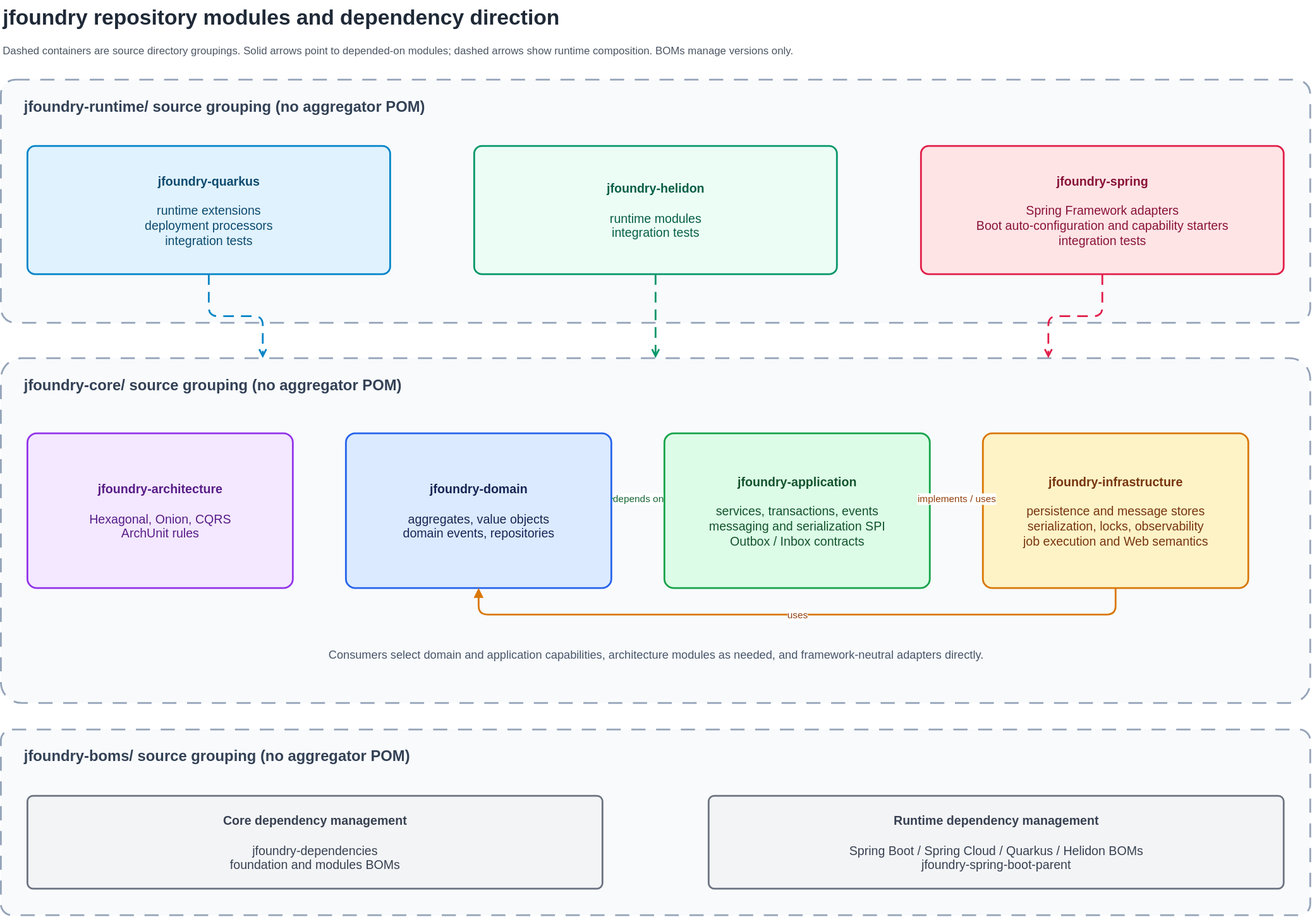
huahill/jfoundry keeps this draw.io diagram as docs/i18n/assets/jfoundry-module-architecture.svg. Above is the earlier version. Source tidied: cells renumbered, new cells last; positions are measured from the earlier drawing's top-left corner, leaving out a move shared by most shapes.
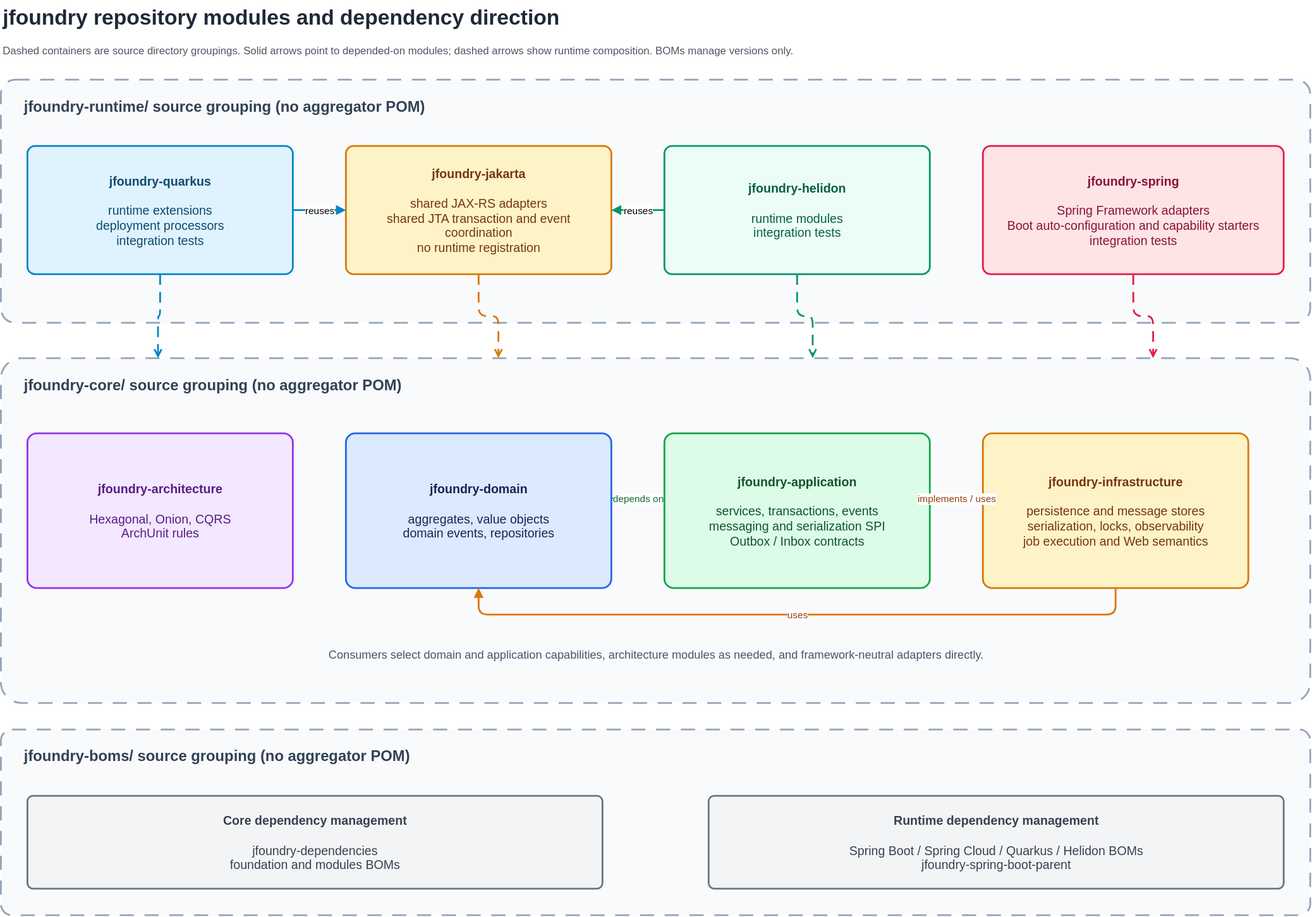
Later version of the same file.

The edit, as a diff of the source:
```diff
@@ -12,13 +12,16 @@
       <mxGeometry y="90" width="1480" height="275" as="geometry" />
     </mxCell>
     <mxCell id="5" value="&lt;b&gt;jfoundry-quarkus&lt;/b&gt;&lt;br&gt;&lt;br&gt;runtime extensions&lt;br&gt;deployment processors&lt;br&gt;integration tests" style="rounded=1;arcSize=6;whiteSpace=wrap;html=1;fillColor=#E0F2FE;strokeColor=#0284C7;strokeWidth=2;fontColor=#0C4A6E;fontSize=14;align=center;verticalAlign=middle;spacing=10;" parent="1" vertex="1">
-      <mxGeometry x="30" y="165" width="410" height="145" as="geometry" />
+      <mxGeometry x="30" y="165" width="300" height="145" as="geometry" />
     </mxCell>
+    <mxCell id="23" value="&lt;b&gt;jfoundry-jakarta&lt;/b&gt;&lt;br&gt;&lt;br&gt;shared JAX-RS adapters&lt;br&gt;shared JTA transaction and event coordination&lt;br&gt;no runtime registration" style="rounded=1;arcSize=6;whiteSpace=wrap;html=1;fillColor=#FEF3C7;strokeColor=#D97706;strokeWidth=2;fontColor=#78350F;fontSize=14;align=center;verticalAlign=middle;spacing=10;" parent="1" vertex="1">
+      <mxGeometry x="390" y="165" width="300" height="145" as="geometry" />
+    </mxCell>
     <mxCell id="6" value="&lt;b&gt;jfoundry-helidon&lt;/b&gt;&lt;br&gt;&lt;br&gt;runtime modules&lt;br&gt;integration tests" style="rounded=1;arcSize=6;whiteSpace=wrap;html=1;fillColor=#ECFDF5;strokeColor=#059669;strokeWidth=2;fontColor=#065F46;fontSize=14;align=center;verticalAlign=middle;spacing=10;" parent="1" vertex="1">
-      <mxGeometry x="535" y="165" width="410" height="145" as="geometry" />
+      <mxGeometry x="750" y="165" width="300" height="145" as="geometry" />
     </mxCell>
     <mxCell id="7" value="&lt;b&gt;jfoundry-spring&lt;/b&gt;&lt;br&gt;&lt;br&gt;Spring Framework adapters&lt;br&gt;Boot auto-configuration and capability starters&lt;br&gt;integration tests" style="rounded=1;arcSize=6;whiteSpace=wrap;html=1;fillColor=#FFE4E6;strokeColor=#E11D48;strokeWidth=2;fontColor=#881337;fontSize=14;align=center;verticalAlign=middle;spacing=10;" parent="1" vertex="1">
-      <mxGeometry x="1040" y="165" width="410" height="145" as="geometry" />
+      <mxGeometry x="1110" y="165" width="340" height="145" as="geometry" />
     </mxCell>
     <mxCell id="8" value="jfoundry-core/   source grouping (no aggregator POM)" style="rounded=1;arcSize=6;whiteSpace=wrap;html=1;dashed=1;dashPattern=8 6;strokeWidth=2;fillColor=#F8FAFC;strokeColor=#94A3B8;fontColor=#334155;fontSize=17;fontStyle=1;align=left;verticalAlign=top;spacingTop=14;spacingLeft=24;" parent="1" vertex="1">
       <mxGeometry y="405" width="1480" height="390" as="geometry" />
@@ -61,13 +64,22 @@
         </Array>
       </mxGeometry>
     </mxCell>
+    <mxCell id="24" value="reuses" style="edgeStyle=orthogonalEdgeStyle;rounded=1;jettySize=auto;html=1;strokeWidth=2;strokeColor=#0284C7;exitX=1;exitY=0.5;exitDx=0;exitDy=0;entryX=0;entryY=0.5;entryDx=0;entryDy=0;endArrow=block;endFill=1;" parent="1" edge="1" source="5" target="23">
+      <mxGeometry relative="1" as="geometry" />
+    </mxCell>
+    <mxCell id="25" value="reuses" style="edgeStyle=orthogonalEdgeStyle;rounded=1;jettySize=auto;html=1;strokeWidth=2;strokeColor=#059669;exitX=0;exitY=0.5;exitDx=0;exitDy=0;entryX=1;entryY=0.5;entryDx=0;entryDy=0;endArrow=block;endFill=1;" parent="1" edge="1" source="6" target="23">
+      <mxGeometry relative="1" as="geometry" />
+    </mxCell>
-    <mxCell id="20" style="edgeStyle=orthogonalEdgeStyle;rounded=1;jettySize=auto;html=1;dashed=1;dashPattern=6 4;strokeWidth=2;strokeColor=#0284C7;exitX=0.5;exitY=1;exitDx=0;exitDy=0;entryX=0.2;entryY=0;entryDx=0;entryDy=0;endArrow=open;endFill=0;" parent="1" edge="1" source="5" target="8">
+    <mxCell id="20" style="edgeStyle=orthogonalEdgeStyle;rounded=1;jettySize=auto;html=1;dashed=1;dashPattern=6 4;strokeWidth=2;strokeColor=#0284C7;exitX=0.5;exitY=1;exitDx=0;exitDy=0;entryX=0.12;entryY=0;entryDx=0;entryDy=0;endArrow=open;endFill=0;" parent="1" edge="1" source="5" target="8">
       <mxGeometry relative="1" as="geometry" />
     </mxCell>
+    <mxCell id="26" style="edgeStyle=orthogonalEdgeStyle;rounded=1;jettySize=auto;html=1;dashed=1;dashPattern=6 4;strokeWidth=2;strokeColor=#D97706;exitX=0.5;exitY=1;exitDx=0;exitDy=0;entryX=0.38;entryY=0;entryDx=0;entryDy=0;endArrow=open;endFill=0;" parent="1" edge="1" source="23" target="8">
+      <mxGeometry relative="1" as="geometry" />
+    </mxCell>
-    <mxCell id="21" style="edgeStyle=orthogonalEdgeStyle;rounded=1;jettySize=auto;html=1;dashed=1;dashPattern=6 4;strokeWidth=2;strokeColor=#059669;exitX=0.5;exitY=1;exitDx=0;exitDy=0;entryX=0.5;entryY=0;entryDx=0;entryDy=0;endArrow=open;endFill=0;" parent="1" edge="1" source="6" target="8">
+    <mxCell id="21" style="edgeStyle=orthogonalEdgeStyle;rounded=1;jettySize=auto;html=1;dashed=1;dashPattern=6 4;strokeWidth=2;strokeColor=#059669;exitX=0.5;exitY=1;exitDx=0;exitDy=0;entryX=0.62;entryY=0;entryDx=0;entryDy=0;endArrow=open;endFill=0;" parent="1" edge="1" source="6" target="8">
       <mxGeometry relative="1" as="geometry" />
     </mxCell>
-    <mxCell id="22" style="edgeStyle=orthogonalEdgeStyle;rounded=1;jettySize=auto;html=1;dashed=1;dashPattern=6 4;strokeWidth=2;strokeColor=#E11D48;exitX=0.5;exitY=1;exitDx=0;exitDy=0;entryX=0.8;entryY=0;entryDx=0;entryDy=0;endArrow=open;endFill=0;" parent="1" edge="1" source="7" target="8">
+    <mxCell id="22" style="edgeStyle=orthogonalEdgeStyle;rounded=1;jettySize=auto;html=1;dashed=1;dashPattern=6 4;strokeWidth=2;strokeColor=#E11D48;exitX=0.5;exitY=1;exitDx=0;exitDy=0;entryX=0.88;entryY=0;entryDx=0;entryDy=0;endArrow=open;endFill=0;" parent="1" edge="1" source="7" target="8">
       <mxGeometry relative="1" as="geometry" />
     </mxCell>
   </root>
```
